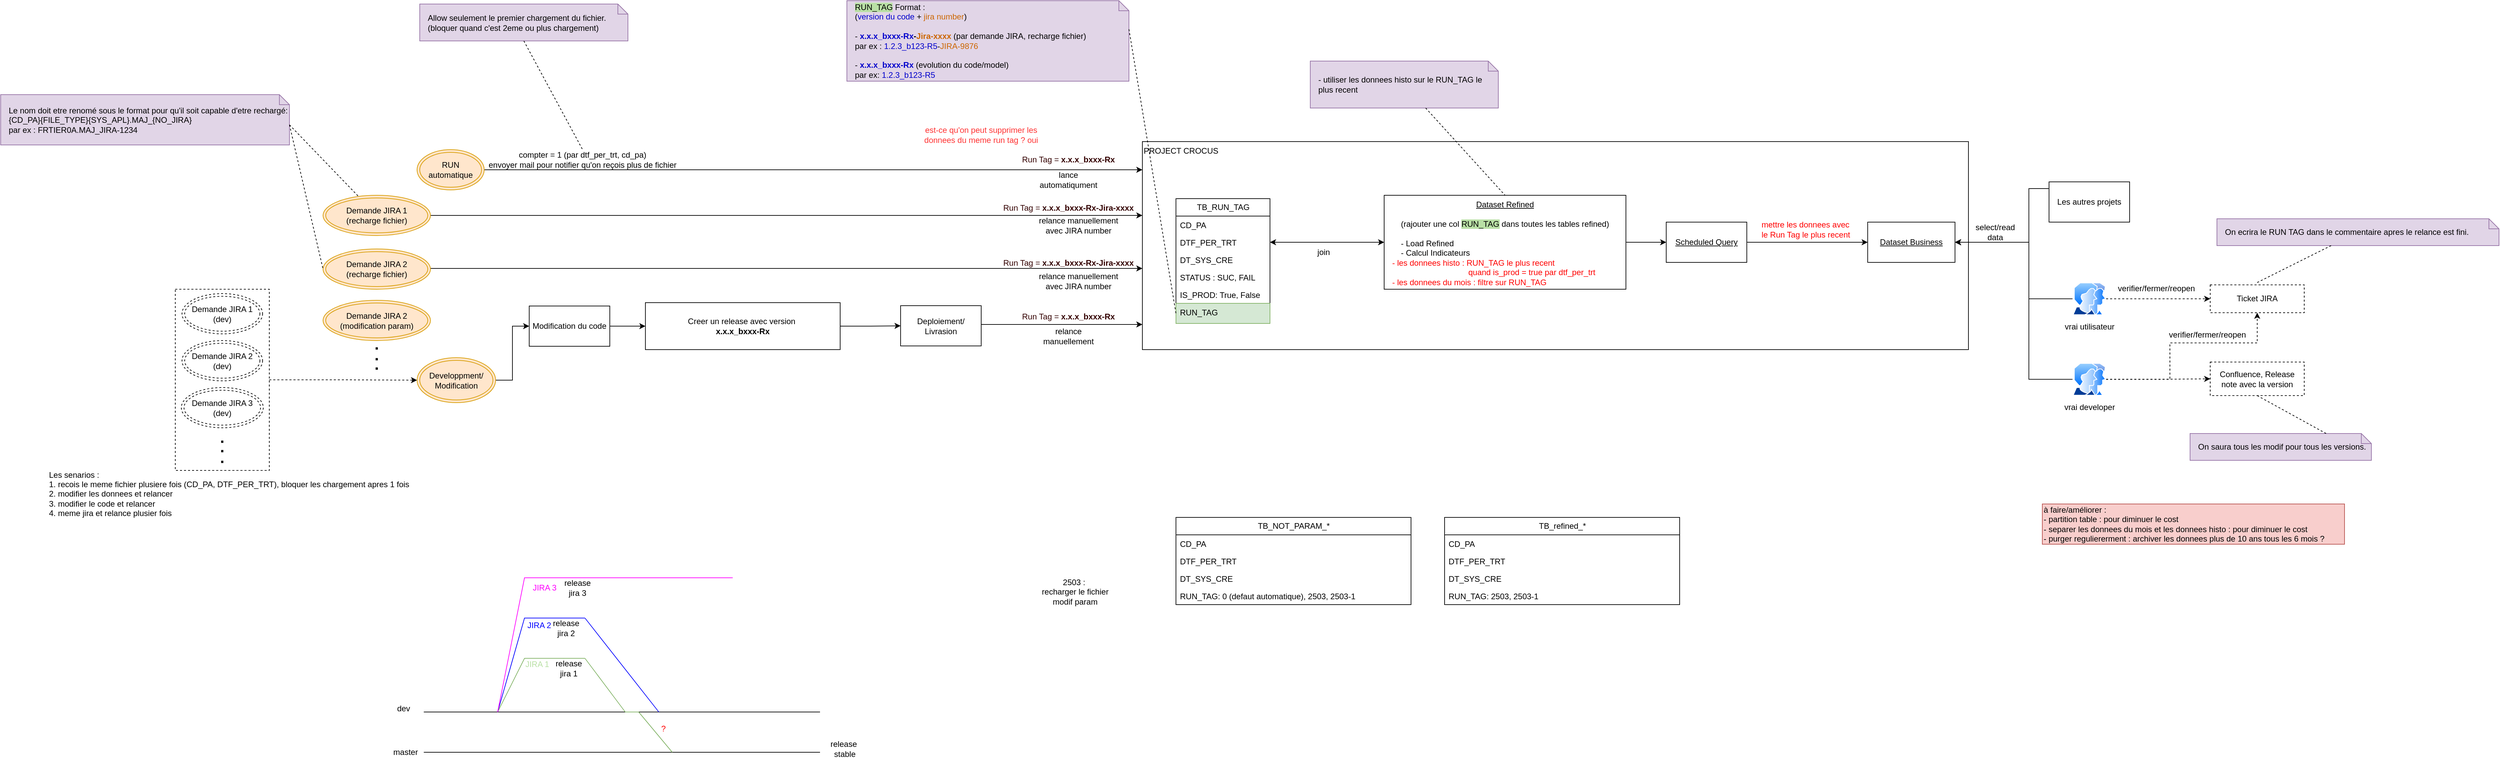
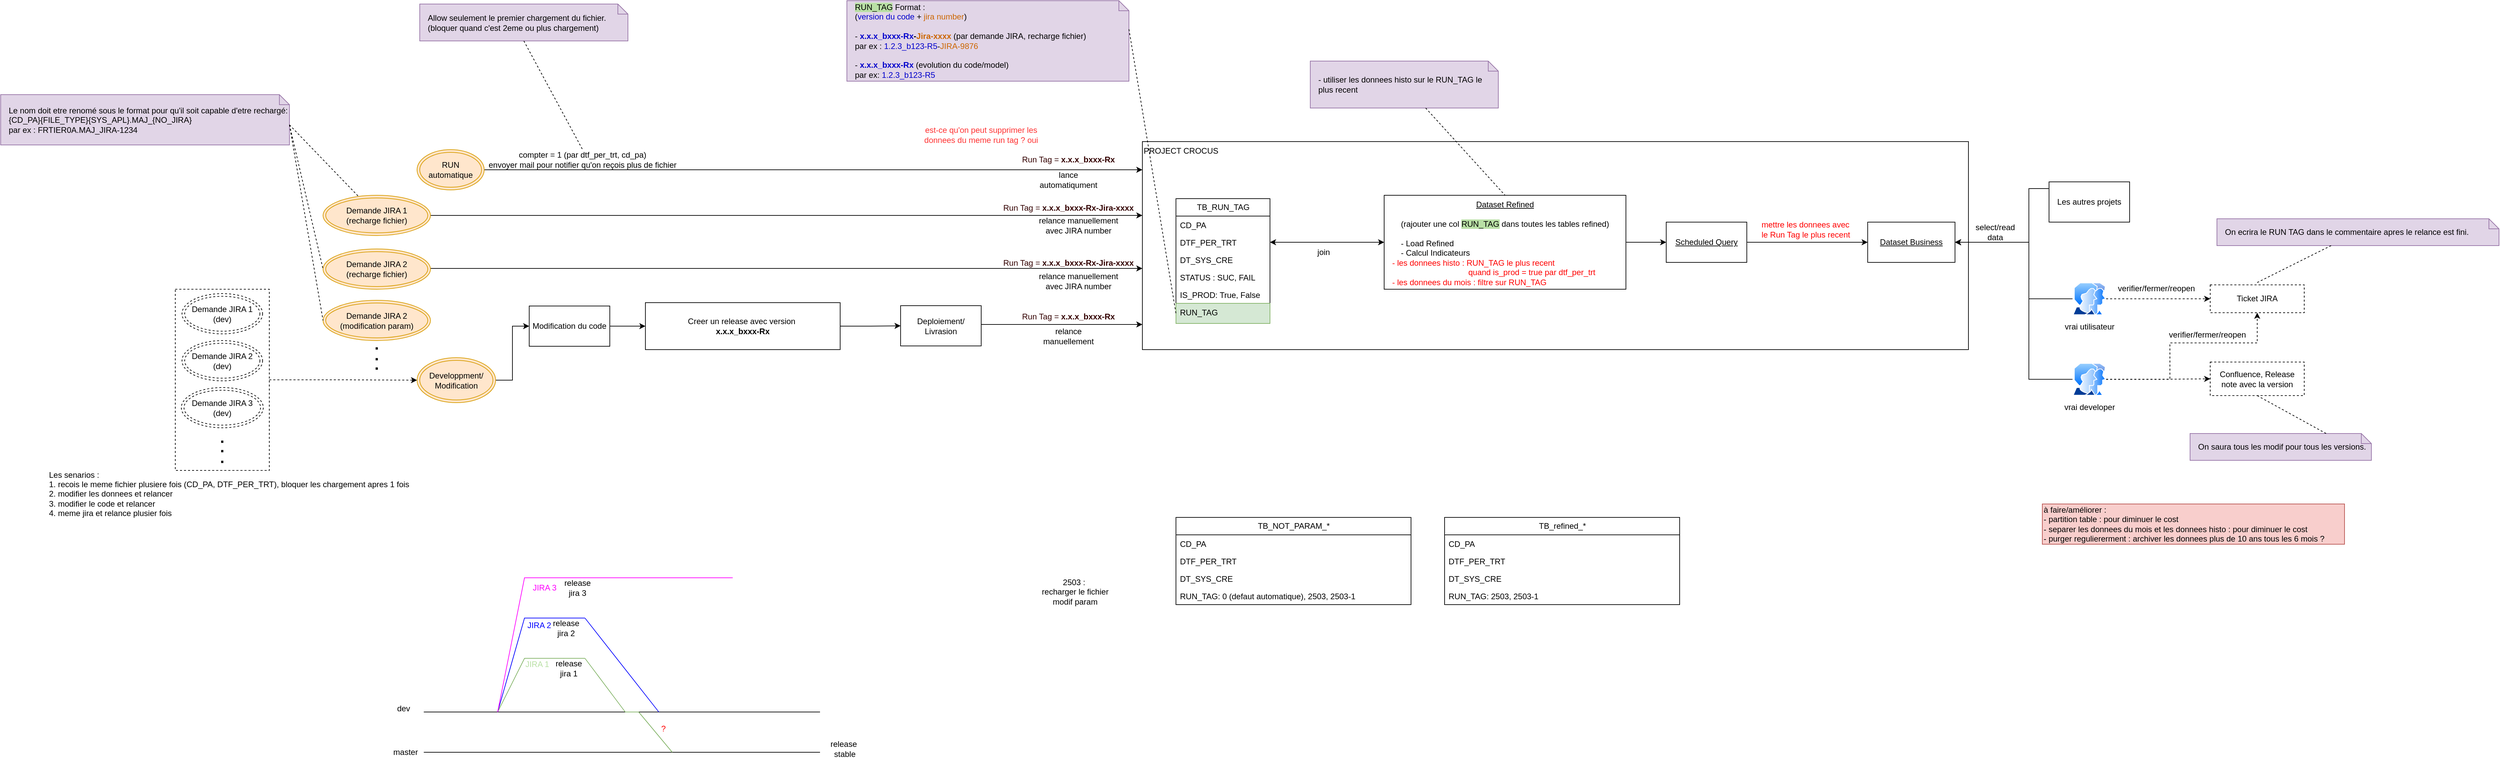
<mxfile host="app.diagrams.net">
  <diagram name="Page-1" id="bEAYSmEDHXBXhFzCy1HB">
-     <mxGraphModel dx="3409" dy="1833" grid="1" gridSize="10" guides="1" tooltips="1" connect="1" arrows="1" fold="1" page="1" pageScale="1" pageWidth="827" pageHeight="1169" math="0" shadow="0">
+     <mxGraphModel dx="3075" dy="1706" grid="1" gridSize="10" guides="1" tooltips="1" connect="1" arrows="1" fold="1" page="1" pageScale="1" pageWidth="827" pageHeight="1169" math="0" shadow="0">
      <root>
        <mxCell id="0" />
        <mxCell id="1" parent="0" />
        <mxCell id="cKu8MT6L8Fp_BZaxLZj7-22" edge="1" parent="1" source="cKu8MT6L8Fp_BZaxLZj7-16" style="edgeStyle=orthogonalEdgeStyle;rounded=0;orthogonalLoop=1;jettySize=auto;html=1;dashed=1;" target="QUzsFoNl6aFI_2ed8XXq-33">
          <mxGeometry relative="1" as="geometry">
            <Array as="points" />
            <mxPoint x="-937.4999999999995" y="465" as="sourcePoint" />
            <mxPoint x="-602.4999999999995" y="448" as="targetPoint" />
          </mxGeometry>
        </mxCell>
        <mxCell id="cKu8MT6L8Fp_BZaxLZj7-16" parent="1" style="rounded=0;whiteSpace=wrap;html=1;dashed=1;" value="" vertex="1">
          <mxGeometry height="270" width="140" x="-1070" y="330" as="geometry" />
        </mxCell>
        <mxCell id="QUzsFoNl6aFI_2ed8XXq-13" parent="1" style="rounded=0;whiteSpace=wrap;html=1;align=left;verticalAlign=top;" value="PROJECT CROCUS" vertex="1">
          <mxGeometry height="310" width="1230" x="370" y="110" as="geometry" />
        </mxCell>
        <mxCell id="QUzsFoNl6aFI_2ed8XXq-1" parent="1" style="swimlane;fontStyle=0;childLayout=stackLayout;horizontal=1;startSize=26;fillColor=none;horizontalStack=0;resizeParent=1;resizeParentMax=0;resizeLast=0;collapsible=1;marginBottom=0;html=1;" value="TB_RUN_TAG" vertex="1">
          <mxGeometry height="186" width="140" x="420" y="195" as="geometry" />
        </mxCell>
        <mxCell id="QUzsFoNl6aFI_2ed8XXq-2" parent="QUzsFoNl6aFI_2ed8XXq-1" style="text;strokeColor=none;fillColor=none;align=left;verticalAlign=top;spacingLeft=4;spacingRight=4;overflow=hidden;rotatable=0;points=[[0,0.5],[1,0.5]];portConstraint=eastwest;whiteSpace=wrap;html=1;" value="CD_PA" vertex="1">
          <mxGeometry height="26" width="140" y="26" as="geometry" />
        </mxCell>
        <mxCell id="QUzsFoNl6aFI_2ed8XXq-3" parent="QUzsFoNl6aFI_2ed8XXq-1" style="text;strokeColor=none;fillColor=none;align=left;verticalAlign=top;spacingLeft=4;spacingRight=4;overflow=hidden;rotatable=0;points=[[0,0.5],[1,0.5]];portConstraint=eastwest;whiteSpace=wrap;html=1;" value="DTF_PER_TRT" vertex="1">
          <mxGeometry height="26" width="140" y="52" as="geometry" />
        </mxCell>
        <mxCell id="QUzsFoNl6aFI_2ed8XXq-4" parent="QUzsFoNl6aFI_2ed8XXq-1" style="text;strokeColor=none;fillColor=none;align=left;verticalAlign=top;spacingLeft=4;spacingRight=4;overflow=hidden;rotatable=0;points=[[0,0.5],[1,0.5]];portConstraint=eastwest;whiteSpace=wrap;html=1;" value="DT_SYS_CRE" vertex="1">
          <mxGeometry height="26" width="140" y="78" as="geometry" />
        </mxCell>
        <mxCell id="QUzsFoNl6aFI_2ed8XXq-105" parent="QUzsFoNl6aFI_2ed8XXq-1" style="text;strokeColor=none;fillColor=none;align=left;verticalAlign=top;spacingLeft=4;spacingRight=4;overflow=hidden;rotatable=0;points=[[0,0.5],[1,0.5]];portConstraint=eastwest;whiteSpace=wrap;html=1;" value="STATUS : SUC, FAIL" vertex="1">
          <mxGeometry height="26" width="140" y="104" as="geometry" />
        </mxCell>
        <mxCell id="DOhsEIRQmGDwiVjTRz9E-7" parent="QUzsFoNl6aFI_2ed8XXq-1" style="text;strokeColor=none;fillColor=none;align=left;verticalAlign=top;spacingLeft=4;spacingRight=4;overflow=hidden;rotatable=0;points=[[0,0.5],[1,0.5]];portConstraint=eastwest;whiteSpace=wrap;html=1;" value="IS_PROD: True, False" vertex="1">
          <mxGeometry height="26" width="140" y="130" as="geometry" />
        </mxCell>
        <mxCell id="QUzsFoNl6aFI_2ed8XXq-5" parent="QUzsFoNl6aFI_2ed8XXq-1" style="text;strokeColor=#82b366;fillColor=#d5e8d4;align=left;verticalAlign=top;spacingLeft=4;spacingRight=4;overflow=hidden;rotatable=0;points=[[0,0.5],[1,0.5]];portConstraint=eastwest;whiteSpace=wrap;html=1;" value="RUN_TAG" vertex="1">
          <mxGeometry height="30" width="140" y="156" as="geometry" />
        </mxCell>
        <mxCell id="QUzsFoNl6aFI_2ed8XXq-7" parent="1" style="shape=note;size=15;align=left;spacingLeft=10;html=1;whiteSpace=wrap;fillColor=#e1d5e7;strokeColor=#9673a6;" value="&lt;span style=&quot;background-color: rgb(185, 224, 165);&quot;&gt;RUN_TAG&lt;/span&gt; Format :&amp;nbsp;&lt;div&gt;(&lt;font style=&quot;color: rgb(0, 0, 204);&quot;&gt;version du code&lt;/font&gt; +&lt;font style=&quot;color: rgb(204, 102, 0);&quot;&gt; &lt;font&gt;jira number&lt;/font&gt;&lt;/font&gt;)&lt;/div&gt;&lt;div&gt;&lt;br&gt;&lt;div&gt;- &lt;b&gt;&lt;font style=&quot;color: rgb(0, 0, 204);&quot;&gt;x.x.x_bxxx-Rx&lt;/font&gt;-&lt;font style=&quot;color: rgb(204, 102, 0);&quot;&gt;Jira-xxxx&lt;/font&gt;&lt;/b&gt; (par demande JIRA, recharge fichier)&amp;nbsp;&lt;/div&gt;&lt;div&gt;par ex : &lt;font style=&quot;color: rgb(0, 0, 204);&quot;&gt;1.2.3_b123-R5&lt;/font&gt;-&lt;font style=&quot;color: rgb(204, 102, 0);&quot;&gt;JIRA-9876&lt;/font&gt;&lt;/div&gt;&lt;div&gt;&lt;br&gt;&lt;/div&gt;&lt;div&gt;-&lt;b&gt; &lt;font style=&quot;color: rgb(0, 0, 204);&quot;&gt;x.x.x_bxxx-Rx&lt;/font&gt;&lt;/b&gt; (evolution du code/model)&lt;/div&gt;&lt;div&gt;&lt;span style=&quot;background-color: transparent; color: light-dark(rgb(0, 0, 0), rgb(255, 255, 255));&quot;&gt;par ex: &lt;/span&gt;&lt;span style=&quot;background-color: transparent;&quot;&gt;&lt;font style=&quot;color: light-dark(rgb(0, 0, 204), rgb(255, 255, 255));&quot;&gt;1.2.3_b123-R5&lt;/font&gt;&lt;/span&gt;&lt;/div&gt;&lt;/div&gt;" vertex="1">
          <mxGeometry height="120" width="420" x="-70" y="-100" as="geometry" />
        </mxCell>
        <mxCell id="QUzsFoNl6aFI_2ed8XXq-8" edge="1" parent="1" source="QUzsFoNl6aFI_2ed8XXq-7" style="edgeStyle=none;endArrow=none;exitX=0;exitY=0;dashed=1;html=1;rounded=0;entryX=0;entryY=0.5;entryDx=0;entryDy=0;exitDx=420;exitDy=42.5;exitPerimeter=0;" target="QUzsFoNl6aFI_2ed8XXq-5" value="">
          <mxGeometry relative="1" x="1" as="geometry">
            <mxPoint x="590" y="660" as="targetPoint" />
          </mxGeometry>
        </mxCell>
        <mxCell id="QUzsFoNl6aFI_2ed8XXq-10" parent="1" style="rounded=0;whiteSpace=wrap;html=1;dashed=1;" value="Confluence, Release note avec la v&lt;span style=&quot;background-color: transparent; color: light-dark(rgb(0, 0, 0), rgb(255, 255, 255));&quot;&gt;ersion&lt;/span&gt;" vertex="1">
          <mxGeometry height="50" width="140" x="1960" y="438.5" as="geometry" />
        </mxCell>
        <mxCell id="QUzsFoNl6aFI_2ed8XXq-11" parent="1" style="rounded=0;whiteSpace=wrap;html=1;dashed=1;" value="Ticket JIRA" vertex="1">
          <mxGeometry height="41.5" width="140" x="1960" y="323.5" as="geometry" />
        </mxCell>
        <mxCell id="QUzsFoNl6aFI_2ed8XXq-42" edge="1" parent="1" source="QUzsFoNl6aFI_2ed8XXq-12" style="edgeStyle=orthogonalEdgeStyle;rounded=0;orthogonalLoop=1;jettySize=auto;html=1;entryX=1;entryY=0.5;entryDx=0;entryDy=0;startArrow=classic;startFill=1;" target="QUzsFoNl6aFI_2ed8XXq-3">
          <mxGeometry relative="1" as="geometry" />
        </mxCell>
        <mxCell id="QUzsFoNl6aFI_2ed8XXq-50" edge="1" parent="1" source="QUzsFoNl6aFI_2ed8XXq-12" style="edgeStyle=orthogonalEdgeStyle;rounded=0;orthogonalLoop=1;jettySize=auto;html=1;" target="QUzsFoNl6aFI_2ed8XXq-46">
          <mxGeometry relative="1" as="geometry">
            <Array as="points" />
          </mxGeometry>
        </mxCell>
        <mxCell id="QUzsFoNl6aFI_2ed8XXq-12" parent="1" style="rounded=0;whiteSpace=wrap;html=1;verticalAlign=top;" value="&lt;u&gt;Dataset Refined&lt;/u&gt;&lt;div&gt;&lt;u&gt;&lt;br&gt;&lt;/u&gt;&lt;div&gt;(rajouter une col &lt;span style=&quot;background-color: rgb(185, 224, 165);&quot;&gt;RUN_TAG&lt;/span&gt;&lt;span&gt; &lt;/span&gt;dans toutes les tables refined)&lt;/div&gt;&lt;div&gt;&lt;br&gt;&lt;/div&gt;&lt;div style=&quot;text-align: left;&quot;&gt;- Load Refined&amp;nbsp; &amp;nbsp; &amp;nbsp; &amp;nbsp;&lt;/div&gt;&lt;div style=&quot;text-align: left;&quot;&gt;- Calcul Indicateurs&lt;/div&gt;&lt;/div&gt;" vertex="1">
          <mxGeometry height="140" width="360" x="730" y="190" as="geometry" />
        </mxCell>
        <mxCell id="QUzsFoNl6aFI_2ed8XXq-27" edge="1" parent="1" source="QUzsFoNl6aFI_2ed8XXq-33" style="edgeStyle=orthogonalEdgeStyle;rounded=0;orthogonalLoop=1;jettySize=auto;html=1;entryX=0;entryY=0.5;entryDx=0;entryDy=0;" target="QUzsFoNl6aFI_2ed8XXq-23">
          <mxGeometry relative="1" as="geometry">
            <mxPoint x="-740" y="281" as="sourcePoint" />
          </mxGeometry>
        </mxCell>
        <mxCell id="QUzsFoNl6aFI_2ed8XXq-19" parent="1" style="text;html=1;whiteSpace=wrap;strokeColor=none;fillColor=none;align=center;verticalAlign=middle;rounded=0;fontColor=#330000;" value="&lt;font style=&quot;&quot;&gt;Run Tag =&amp;nbsp;&lt;/font&gt;&lt;b style=&quot;text-align: left;&quot;&gt;x.x.x_bxxx-Rx-Jira-xxxx&lt;/b&gt;" vertex="1">
          <mxGeometry height="30" width="200" x="160" y="275.5" as="geometry" />
        </mxCell>
        <mxCell id="cKu8MT6L8Fp_BZaxLZj7-37" edge="1" parent="1" source="QUzsFoNl6aFI_2ed8XXq-23" style="edgeStyle=orthogonalEdgeStyle;rounded=0;orthogonalLoop=1;jettySize=auto;html=1;" target="QUzsFoNl6aFI_2ed8XXq-25">
          <mxGeometry relative="1" as="geometry" />
        </mxCell>
        <mxCell id="QUzsFoNl6aFI_2ed8XXq-23" parent="1" style="rounded=0;whiteSpace=wrap;html=1;" value="Modification du code" vertex="1">
          <mxGeometry height="60" width="120" x="-543" y="355" as="geometry" />
        </mxCell>
        <mxCell id="QUzsFoNl6aFI_2ed8XXq-31" edge="1" parent="1" source="QUzsFoNl6aFI_2ed8XXq-24" style="edgeStyle=orthogonalEdgeStyle;rounded=0;orthogonalLoop=1;jettySize=auto;html=1;">
          <mxGeometry relative="1" as="geometry">
            <Array as="points">
              <mxPoint x="180" y="382.5" />
              <mxPoint x="180" y="382.5" />
            </Array>
            <mxPoint x="370" y="382.5" as="targetPoint" />
          </mxGeometry>
        </mxCell>
        <mxCell id="QUzsFoNl6aFI_2ed8XXq-24" parent="1" style="rounded=0;whiteSpace=wrap;html=1;" value="Deploiement/ Livrasion" vertex="1">
          <mxGeometry height="60" width="120" x="10" y="354.5" as="geometry" />
        </mxCell>
        <mxCell id="cKu8MT6L8Fp_BZaxLZj7-38" edge="1" parent="1" source="QUzsFoNl6aFI_2ed8XXq-25" style="edgeStyle=orthogonalEdgeStyle;rounded=0;orthogonalLoop=1;jettySize=auto;html=1;" target="QUzsFoNl6aFI_2ed8XXq-24">
          <mxGeometry relative="1" as="geometry" />
        </mxCell>
        <mxCell id="QUzsFoNl6aFI_2ed8XXq-25" parent="1" style="rounded=0;whiteSpace=wrap;html=1;" value="Creer un release avec version&amp;nbsp;&lt;div&gt;&lt;span style=&quot;text-align: left;&quot;&gt;&lt;b&gt;x.x.x_bxxx-Rx&lt;/b&gt;&lt;/span&gt;&lt;/div&gt;" vertex="1">
          <mxGeometry height="70" width="290" x="-370" y="350" as="geometry" />
        </mxCell>
        <mxCell id="QUzsFoNl6aFI_2ed8XXq-33" parent="1" style="ellipse;shape=doubleEllipse;whiteSpace=wrap;html=1;fillColor=#ffe6cc;strokeColor=#d79b00;" value="Developpment/&lt;div&gt;Modification&lt;/div&gt;" vertex="1">
          <mxGeometry height="67" width="117" x="-710" y="432" as="geometry" />
        </mxCell>
        <mxCell id="cKu8MT6L8Fp_BZaxLZj7-5" edge="1" parent="1" style="edgeStyle=orthogonalEdgeStyle;rounded=0;orthogonalLoop=1;jettySize=auto;html=1;">
          <mxGeometry relative="1" as="geometry">
            <Array as="points">
              <mxPoint x="110" y="299" />
              <mxPoint x="110" y="299" />
            </Array>
            <mxPoint x="-690.0000000000005" y="299" as="sourcePoint" />
            <mxPoint x="370" y="299" as="targetPoint" />
          </mxGeometry>
        </mxCell>
        <mxCell id="QUzsFoNl6aFI_2ed8XXq-34" parent="1" style="ellipse;shape=doubleEllipse;whiteSpace=wrap;html=1;fillColor=#ffe6cc;strokeColor=#d79b00;" value="Demande JIRA 2&lt;div&gt;(recharge fichier)&lt;/div&gt;" vertex="1">
          <mxGeometry height="60" width="160" x="-850" y="270" as="geometry" />
        </mxCell>
        <mxCell id="QUzsFoNl6aFI_2ed8XXq-36" edge="1" parent="1" source="QUzsFoNl6aFI_2ed8XXq-35" style="edgeStyle=orthogonalEdgeStyle;rounded=0;orthogonalLoop=1;jettySize=auto;html=1;" target="QUzsFoNl6aFI_2ed8XXq-13">
          <mxGeometry relative="1" as="geometry">
            <Array as="points">
              <mxPoint x="140" y="152" />
              <mxPoint x="140" y="152" />
            </Array>
            <mxPoint x="380" y="152.0588235294117" as="targetPoint" />
          </mxGeometry>
        </mxCell>
        <mxCell id="QUzsFoNl6aFI_2ed8XXq-35" parent="1" style="ellipse;shape=doubleEllipse;whiteSpace=wrap;html=1;fillColor=#ffe6cc;strokeColor=#d79b00;" value="RUN automatique" vertex="1">
          <mxGeometry height="60" width="100" x="-710" y="122" as="geometry" />
        </mxCell>
        <mxCell id="QUzsFoNl6aFI_2ed8XXq-40" parent="1" style="shape=note;size=15;align=left;spacingLeft=10;html=1;whiteSpace=wrap;fillColor=#e1d5e7;strokeColor=#9673a6;" value="&lt;div&gt;- utiliser les donnees histo sur le RUN_TAG le plus recent&lt;/div&gt;" vertex="1">
          <mxGeometry height="70" width="280" x="620" y="-10" as="geometry" />
        </mxCell>
        <mxCell id="QUzsFoNl6aFI_2ed8XXq-41" edge="1" parent="1" source="QUzsFoNl6aFI_2ed8XXq-40" style="edgeStyle=none;endArrow=none;dashed=1;html=1;rounded=0;entryX=0.5;entryY=0;entryDx=0;entryDy=0;" target="QUzsFoNl6aFI_2ed8XXq-12" value="">
          <mxGeometry relative="1" x="1" as="geometry">
            <mxPoint x="720" y="650" as="sourcePoint" />
            <mxPoint x="772" y="500" as="targetPoint" />
          </mxGeometry>
        </mxCell>
        <mxCell id="QUzsFoNl6aFI_2ed8XXq-43" parent="1" style="text;html=1;whiteSpace=wrap;strokeColor=none;fillColor=none;align=left;verticalAlign=middle;rounded=0;" value="&lt;font style=&quot;color: rgb(255, 0, 0);&quot;&gt;- les donnees histo : RUN_TAG le plus recent&amp;nbsp;&lt;/font&gt;&lt;div&gt;&lt;font style=&quot;color: rgb(255, 0, 0);&quot;&gt;&amp;nbsp; &amp;nbsp; &amp;nbsp; &amp;nbsp; &amp;nbsp; &amp;nbsp; &amp;nbsp; &amp;nbsp; &amp;nbsp; &amp;nbsp; &amp;nbsp; &amp;nbsp; &amp;nbsp; &amp;nbsp; &amp;nbsp; &amp;nbsp; &amp;nbsp; quand is_prod = true par dtf_per_trt&lt;/font&gt;&lt;div&gt;&lt;font style=&quot;color: rgb(255, 0, 0);&quot;&gt;- les donnees du mois : f&lt;/font&gt;&lt;span style=&quot;color: light-dark(rgb(255, 0, 0), rgb(255, 144, 144)); background-color: transparent;&quot;&gt;iltre sur RUN_TAG&lt;/span&gt;&lt;/div&gt;&lt;/div&gt;" vertex="1">
          <mxGeometry height="30" width="370" x="740" y="290" as="geometry" />
        </mxCell>
        <mxCell id="QUzsFoNl6aFI_2ed8XXq-45" parent="1" style="rounded=0;whiteSpace=wrap;html=1;" value="&lt;u&gt;Dataset Business&lt;/u&gt;" vertex="1">
          <mxGeometry height="60" width="130" x="1450" y="230" as="geometry" />
        </mxCell>
        <mxCell id="QUzsFoNl6aFI_2ed8XXq-48" edge="1" parent="1" source="QUzsFoNl6aFI_2ed8XXq-46" style="edgeStyle=orthogonalEdgeStyle;rounded=0;orthogonalLoop=1;jettySize=auto;html=1;" target="QUzsFoNl6aFI_2ed8XXq-45">
          <mxGeometry relative="1" as="geometry" />
        </mxCell>
        <mxCell id="QUzsFoNl6aFI_2ed8XXq-46" parent="1" style="rounded=0;whiteSpace=wrap;html=1;" value="&lt;u&gt;Scheduled Query&lt;/u&gt;" vertex="1">
          <mxGeometry height="60" width="120" x="1150" y="230" as="geometry" />
        </mxCell>
        <mxCell id="QUzsFoNl6aFI_2ed8XXq-51" parent="1" style="text;html=1;whiteSpace=wrap;strokeColor=none;fillColor=none;align=left;verticalAlign=middle;rounded=0;fontColor=#FF0000;" value="mettre les donnees avec le Run Tag le plus recent" vertex="1">
          <mxGeometry height="30" width="140" x="1290" y="226" as="geometry" />
        </mxCell>
        <mxCell id="QUzsFoNl6aFI_2ed8XXq-59" edge="1" parent="1" source="QUzsFoNl6aFI_2ed8XXq-52" style="edgeStyle=orthogonalEdgeStyle;rounded=0;orthogonalLoop=1;jettySize=auto;html=1;entryX=1;entryY=0.5;entryDx=0;entryDy=0;" target="QUzsFoNl6aFI_2ed8XXq-45">
          <mxGeometry relative="1" as="geometry">
            <Array as="points">
              <mxPoint x="1690" y="180" />
              <mxPoint x="1690" y="260" />
            </Array>
          </mxGeometry>
        </mxCell>
        <mxCell id="QUzsFoNl6aFI_2ed8XXq-52" parent="1" style="rounded=0;whiteSpace=wrap;html=1;" value="Les autres projets" vertex="1">
          <mxGeometry height="60" width="120" x="1720" y="170" as="geometry" />
        </mxCell>
        <mxCell id="QUzsFoNl6aFI_2ed8XXq-58" edge="1" parent="1" source="QUzsFoNl6aFI_2ed8XXq-57" style="edgeStyle=orthogonalEdgeStyle;rounded=0;orthogonalLoop=1;jettySize=auto;html=1;entryX=1;entryY=0.5;entryDx=0;entryDy=0;" target="QUzsFoNl6aFI_2ed8XXq-45">
          <mxGeometry relative="1" as="geometry">
            <Array as="points">
              <mxPoint x="1690" y="344" />
              <mxPoint x="1690" y="260" />
            </Array>
          </mxGeometry>
        </mxCell>
        <mxCell id="QUzsFoNl6aFI_2ed8XXq-65" edge="1" parent="1" source="QUzsFoNl6aFI_2ed8XXq-57" style="edgeStyle=orthogonalEdgeStyle;rounded=0;orthogonalLoop=1;jettySize=auto;html=1;dashed=1;" target="QUzsFoNl6aFI_2ed8XXq-11">
          <mxGeometry relative="1" as="geometry" />
        </mxCell>
        <mxCell id="QUzsFoNl6aFI_2ed8XXq-57" parent="1" style="image;aspect=fixed;perimeter=ellipsePerimeter;html=1;align=center;shadow=0;dashed=0;spacingTop=3;image=img/lib/active_directory/user_accounts.svg;" value="vrai utilisateur" vertex="1">
          <mxGeometry height="48.5" width="50" x="1755" y="320" as="geometry" />
        </mxCell>
        <mxCell id="QUzsFoNl6aFI_2ed8XXq-60" parent="1" style="text;html=1;whiteSpace=wrap;strokeColor=none;fillColor=none;align=center;verticalAlign=middle;rounded=0;" value="select/read data" vertex="1">
          <mxGeometry height="30" width="60" x="1610" y="230" as="geometry" />
        </mxCell>
        <mxCell id="QUzsFoNl6aFI_2ed8XXq-63" edge="1" parent="1" source="QUzsFoNl6aFI_2ed8XXq-62" style="edgeStyle=orthogonalEdgeStyle;rounded=0;orthogonalLoop=1;jettySize=auto;html=1;entryX=1;entryY=0.5;entryDx=0;entryDy=0;" target="QUzsFoNl6aFI_2ed8XXq-45">
          <mxGeometry relative="1" as="geometry">
            <Array as="points">
              <mxPoint x="1690" y="464" />
              <mxPoint x="1690" y="260" />
            </Array>
          </mxGeometry>
        </mxCell>
        <mxCell id="QUzsFoNl6aFI_2ed8XXq-66" edge="1" parent="1" source="QUzsFoNl6aFI_2ed8XXq-62" style="edgeStyle=orthogonalEdgeStyle;rounded=0;orthogonalLoop=1;jettySize=auto;html=1;dashed=1;" target="QUzsFoNl6aFI_2ed8XXq-10">
          <mxGeometry relative="1" as="geometry" />
        </mxCell>
        <mxCell id="QUzsFoNl6aFI_2ed8XXq-68" edge="1" parent="1" source="QUzsFoNl6aFI_2ed8XXq-62" style="edgeStyle=orthogonalEdgeStyle;rounded=0;orthogonalLoop=1;jettySize=auto;html=1;entryX=0.5;entryY=1;entryDx=0;entryDy=0;dashed=1;" target="QUzsFoNl6aFI_2ed8XXq-11">
          <mxGeometry relative="1" as="geometry">
            <Array as="points">
              <mxPoint x="1900" y="464" />
              <mxPoint x="1900" y="410" />
              <mxPoint x="2030" y="410" />
            </Array>
          </mxGeometry>
        </mxCell>
        <mxCell id="QUzsFoNl6aFI_2ed8XXq-62" parent="1" style="image;aspect=fixed;perimeter=ellipsePerimeter;html=1;align=center;shadow=0;dashed=0;spacingTop=3;image=img/lib/active_directory/user_accounts.svg;" value="vrai developer" vertex="1">
          <mxGeometry height="48.5" width="50" x="1755" y="440" as="geometry" />
        </mxCell>
        <mxCell id="QUzsFoNl6aFI_2ed8XXq-69" parent="1" style="shape=note;size=15;align=left;spacingLeft=10;html=1;whiteSpace=wrap;fillColor=#e1d5e7;strokeColor=#9673a6;" value="On ecrira le RUN TAG dans le commentaire apres le relance est fini." vertex="1">
          <mxGeometry height="40" width="420" x="1970" y="225" as="geometry" />
        </mxCell>
        <mxCell id="QUzsFoNl6aFI_2ed8XXq-70" edge="1" parent="1" source="QUzsFoNl6aFI_2ed8XXq-69" style="edgeStyle=none;endArrow=none;dashed=1;html=1;rounded=0;" value="">
          <mxGeometry relative="1" x="1" as="geometry">
            <mxPoint x="970" y="210" as="sourcePoint" />
            <mxPoint x="2030" y="320" as="targetPoint" />
          </mxGeometry>
        </mxCell>
        <mxCell id="QUzsFoNl6aFI_2ed8XXq-71" parent="1" style="shape=note;size=15;align=left;spacingLeft=10;html=1;whiteSpace=wrap;fillColor=#e1d5e7;strokeColor=#9673a6;" value="On saura tous les modif pour tous les versions." vertex="1">
          <mxGeometry height="40" width="270" x="1930" y="545" as="geometry" />
        </mxCell>
        <mxCell id="QUzsFoNl6aFI_2ed8XXq-72" edge="1" parent="1" source="QUzsFoNl6aFI_2ed8XXq-71" style="edgeStyle=none;endArrow=none;dashed=1;html=1;rounded=0;entryX=0.5;entryY=1;entryDx=0;entryDy=0;exitX=0;exitY=0;exitDx=202.5;exitDy=0;exitPerimeter=0;" target="QUzsFoNl6aFI_2ed8XXq-10" value="">
          <mxGeometry relative="1" x="1" as="geometry">
            <mxPoint x="2180" y="470" as="sourcePoint" />
            <mxPoint x="2070" y="525" as="targetPoint" />
          </mxGeometry>
        </mxCell>
        <mxCell id="QUzsFoNl6aFI_2ed8XXq-74" parent="1" style="rounded=0;whiteSpace=wrap;html=1;align=left;fillColor=#f8cecc;strokeColor=#b85450;" value="à faire/améliorer :&lt;div&gt;- partition table : pour diminuer le cost&lt;/div&gt;&lt;div&gt;- separer les donnees du mois et les donnees histo&amp;nbsp;&lt;span style=&quot;background-color: transparent; color: light-dark(rgb(0, 0, 0), rgb(255, 255, 255));&quot;&gt;: pour diminuer le cost&lt;/span&gt;&lt;/div&gt;&lt;div&gt;&lt;span style=&quot;background-color: transparent; color: light-dark(rgb(0, 0, 0), rgb(255, 255, 255));&quot;&gt;- purger reguliererment : archiver les donnees plus de 10 ans tous les 6 mois ?&lt;/span&gt;&lt;/div&gt;" vertex="1">
          <mxGeometry height="60" width="450" x="1710" y="650" as="geometry" />
        </mxCell>
        <mxCell id="QUzsFoNl6aFI_2ed8XXq-76" parent="1" style="text;html=1;whiteSpace=wrap;strokeColor=none;fillColor=none;align=center;verticalAlign=middle;rounded=0;" value="join" vertex="1">
          <mxGeometry height="30" width="60" x="610" y="260" as="geometry" />
        </mxCell>
        <mxCell id="QUzsFoNl6aFI_2ed8XXq-81" edge="1" parent="1" style="endArrow=none;html=1;rounded=0;" value="">
          <mxGeometry height="50" relative="1" width="50" as="geometry">
            <mxPoint x="-700" y="960" as="sourcePoint" />
            <mxPoint x="-110" y="960" as="targetPoint" />
          </mxGeometry>
        </mxCell>
        <mxCell id="QUzsFoNl6aFI_2ed8XXq-83" edge="1" parent="1" style="endArrow=none;html=1;rounded=0;fillColor=#d5e8d4;strokeColor=#82b366;" value="">
          <mxGeometry height="50" relative="1" width="50" as="geometry">
            <Array as="points">
              <mxPoint x="-550" y="880" />
            </Array>
            <mxPoint x="-590" y="960" as="sourcePoint" />
            <mxPoint x="-460" y="880" as="targetPoint" />
          </mxGeometry>
        </mxCell>
        <mxCell id="QUzsFoNl6aFI_2ed8XXq-84" parent="1" style="text;html=1;whiteSpace=wrap;strokeColor=none;fillColor=none;align=center;verticalAlign=middle;rounded=0;" value="dev" vertex="1">
          <mxGeometry height="30" width="60" x="-760" y="940" as="geometry" />
        </mxCell>
        <mxCell id="QUzsFoNl6aFI_2ed8XXq-85" edge="1" parent="1" style="endArrow=none;html=1;rounded=0;strokeColor=#0000FF;" value="">
          <mxGeometry height="50" relative="1" width="50" as="geometry">
            <Array as="points">
              <mxPoint x="-550" y="820" />
            </Array>
            <mxPoint x="-590" y="960" as="sourcePoint" />
            <mxPoint x="-460" y="820" as="targetPoint" />
          </mxGeometry>
        </mxCell>
        <mxCell id="QUzsFoNl6aFI_2ed8XXq-86" edge="1" parent="1" style="endArrow=none;html=1;rounded=0;strokeColor=#FF00FF;" value="">
          <mxGeometry height="50" relative="1" width="50" as="geometry">
            <Array as="points">
              <mxPoint x="-550" y="760" />
            </Array>
            <mxPoint x="-590" y="960" as="sourcePoint" />
            <mxPoint x="-240" y="760" as="targetPoint" />
          </mxGeometry>
        </mxCell>
        <mxCell id="QUzsFoNl6aFI_2ed8XXq-87" parent="1" style="text;html=1;whiteSpace=wrap;strokeColor=none;fillColor=none;align=center;verticalAlign=middle;rounded=0;fontColor=#B9E0A5;" value="JIRA 1" vertex="1">
          <mxGeometry height="30" width="60" x="-561" y="874" as="geometry" />
        </mxCell>
        <mxCell id="QUzsFoNl6aFI_2ed8XXq-88" parent="1" style="text;html=1;whiteSpace=wrap;strokeColor=none;fillColor=none;align=center;verticalAlign=middle;rounded=0;fontColor=#0000FF;" value="JIRA 2" vertex="1">
          <mxGeometry height="30" width="60" x="-558" y="816" as="geometry" />
        </mxCell>
        <mxCell id="QUzsFoNl6aFI_2ed8XXq-89" parent="1" style="text;html=1;whiteSpace=wrap;strokeColor=none;fillColor=none;align=center;verticalAlign=middle;rounded=0;fontColor=#FF00FF;" value="JIRA 3" vertex="1">
          <mxGeometry height="30" width="60" x="-550" y="760" as="geometry" />
        </mxCell>
        <mxCell id="QUzsFoNl6aFI_2ed8XXq-90" edge="1" parent="1" style="endArrow=none;html=1;rounded=0;" value="">
          <mxGeometry height="50" relative="1" width="50" as="geometry">
            <mxPoint x="-700" y="1020" as="sourcePoint" />
            <mxPoint x="-110" y="1020" as="targetPoint" />
          </mxGeometry>
        </mxCell>
        <mxCell id="QUzsFoNl6aFI_2ed8XXq-91" parent="1" style="text;html=1;whiteSpace=wrap;strokeColor=none;fillColor=none;align=center;verticalAlign=middle;rounded=0;" value="master" vertex="1">
          <mxGeometry height="30" width="60" x="-757" y="1005" as="geometry" />
        </mxCell>
        <mxCell id="QUzsFoNl6aFI_2ed8XXq-92" edge="1" parent="1" style="endArrow=none;html=1;rounded=0;fillColor=#d5e8d4;strokeColor=#82b366;" value="">
          <mxGeometry height="50" relative="1" width="50" as="geometry">
            <mxPoint x="-460" y="880" as="sourcePoint" />
            <mxPoint x="-400" y="960" as="targetPoint" />
          </mxGeometry>
        </mxCell>
        <mxCell id="QUzsFoNl6aFI_2ed8XXq-94" edge="1" parent="1" style="endArrow=none;html=1;rounded=0;strokeColor=#0000FF;" value="">
          <mxGeometry height="50" relative="1" width="50" as="geometry">
            <mxPoint x="-460" y="820" as="sourcePoint" />
            <mxPoint x="-350" y="960" as="targetPoint" />
          </mxGeometry>
        </mxCell>
        <mxCell id="QUzsFoNl6aFI_2ed8XXq-95" edge="1" parent="1" style="endArrow=none;html=1;rounded=0;fillColor=#d5e8d4;strokeColor=#82b366;" value="">
          <mxGeometry height="50" relative="1" width="50" as="geometry">
            <mxPoint x="-380" y="960" as="sourcePoint" />
            <mxPoint x="-330" y="1020" as="targetPoint" />
          </mxGeometry>
        </mxCell>
        <mxCell id="QUzsFoNl6aFI_2ed8XXq-96" edge="1" parent="1" style="endArrow=none;html=1;rounded=0;fillColor=#d5e8d4;strokeColor=#82b366;" value="">
          <mxGeometry height="50" relative="1" width="50" as="geometry">
            <mxPoint x="-400" y="960" as="sourcePoint" />
            <mxPoint x="-380" y="960" as="targetPoint" />
          </mxGeometry>
        </mxCell>
        <mxCell id="QUzsFoNl6aFI_2ed8XXq-98" parent="1" style="text;html=1;whiteSpace=wrap;strokeColor=none;fillColor=none;align=center;verticalAlign=middle;rounded=0;" value="release jira 2" vertex="1">
          <mxGeometry height="30" width="60" x="-518" y="820" as="geometry" />
        </mxCell>
        <mxCell id="QUzsFoNl6aFI_2ed8XXq-99" parent="1" style="text;html=1;whiteSpace=wrap;strokeColor=none;fillColor=none;align=center;verticalAlign=middle;rounded=0;" value="release jira 1" vertex="1">
          <mxGeometry height="30" width="60" x="-514" y="880" as="geometry" />
        </mxCell>
        <mxCell id="QUzsFoNl6aFI_2ed8XXq-100" parent="1" style="text;html=1;whiteSpace=wrap;strokeColor=none;fillColor=none;align=center;verticalAlign=middle;rounded=0;" value="release jira 3" vertex="1">
          <mxGeometry height="30" width="60" x="-501" y="760" as="geometry" />
        </mxCell>
        <mxCell id="QUzsFoNl6aFI_2ed8XXq-101" parent="1" style="text;html=1;whiteSpace=wrap;strokeColor=none;fillColor=none;align=center;verticalAlign=middle;rounded=0;" value="release&amp;nbsp; stable" vertex="1">
          <mxGeometry height="30" width="60" x="-103" y="1000" as="geometry" />
        </mxCell>
        <mxCell id="QUzsFoNl6aFI_2ed8XXq-103" parent="1" style="text;html=1;whiteSpace=wrap;strokeColor=none;fillColor=none;align=center;verticalAlign=middle;rounded=0;fontColor=#FF0000;" value="?" vertex="1">
          <mxGeometry height="30" width="60" x="-373" y="970" as="geometry" />
        </mxCell>
        <mxCell id="QUzsFoNl6aFI_2ed8XXq-104" parent="1" style="text;html=1;whiteSpace=wrap;strokeColor=none;fillColor=none;align=center;verticalAlign=middle;rounded=0;" value="compter = 1 (par dtf_per_trt, cd_pa)&lt;div&gt;envoyer mail pour notifier qu&#39;on reçois plus de fichier&lt;/div&gt;" vertex="1">
          <mxGeometry height="30" width="293" x="-610" y="122" as="geometry" />
        </mxCell>
        <mxCell id="QUzsFoNl6aFI_2ed8XXq-106" parent="1" style="text;html=1;whiteSpace=wrap;strokeColor=none;fillColor=none;align=left;verticalAlign=middle;rounded=0;" value="&lt;div&gt;Les senarios :&lt;/div&gt;1. recois le meme fichier plusiere fois (CD_PA, DTF_PER_TRT), bloquer les chargement apres 1 fois&lt;div&gt;2. modifier les donnees et relancer&lt;/div&gt;&lt;div&gt;3. modifier le code et relancer&lt;/div&gt;&lt;div&gt;4.&amp;nbsp;&lt;span style=&quot;text-align: center; background-color: transparent; color: light-dark(rgb(0, 0, 0), rgb(255, 255, 255));&quot;&gt;meme jira et relance plusier fois&lt;/span&gt;&lt;/div&gt;" vertex="1">
          <mxGeometry height="30" width="600" x="-1260" y="620" as="geometry" />
        </mxCell>
        <mxCell id="cKu8MT6L8Fp_BZaxLZj7-1" parent="1" style="shape=note;size=15;align=left;spacingLeft=10;html=1;whiteSpace=wrap;fillColor=#e1d5e7;strokeColor=#9673a6;labelBackgroundColor=none;" value="&lt;span style=&quot;&quot;&gt;Allow seulement le premier chargement du fichier.&lt;br&gt;(bloquer quand c&#39;est 2eme ou plus chargement)&lt;/span&gt;" vertex="1">
          <mxGeometry height="55" width="310" x="-706" y="-95" as="geometry" />
        </mxCell>
        <mxCell id="cKu8MT6L8Fp_BZaxLZj7-2" edge="1" parent="1" source="cKu8MT6L8Fp_BZaxLZj7-1" style="edgeStyle=none;endArrow=none;exitX=0.5;exitY=1;dashed=1;html=1;rounded=0;entryX=0.5;entryY=0;entryDx=0;entryDy=0;exitDx=0;exitDy=0;exitPerimeter=0;" target="QUzsFoNl6aFI_2ed8XXq-104" value="">
          <mxGeometry relative="1" x="1" as="geometry">
            <mxPoint x="590" y="300" as="sourcePoint" />
            <mxPoint x="680" y="507" as="targetPoint" />
          </mxGeometry>
        </mxCell>
        <mxCell id="cKu8MT6L8Fp_BZaxLZj7-3" parent="1" style="ellipse;shape=doubleEllipse;whiteSpace=wrap;html=1;dashed=1;" value="Demande JIRA 1&lt;div&gt;(dev)&lt;/div&gt;" vertex="1">
          <mxGeometry height="60" width="120" x="-1060" y="336.5" as="geometry" />
        </mxCell>
        <mxCell id="cKu8MT6L8Fp_BZaxLZj7-7" parent="1" style="text;html=1;whiteSpace=wrap;strokeColor=none;fillColor=none;align=center;verticalAlign=middle;rounded=0;fontColor=#330000;" value="&lt;font style=&quot;&quot;&gt;Run Tag =&amp;nbsp;&lt;b style=&quot;text-align: left;&quot;&gt;x.x.x_bxxx-Rx&lt;/b&gt;&lt;/font&gt;" vertex="1">
          <mxGeometry height="30" width="200" x="160" y="122" as="geometry" />
        </mxCell>
        <mxCell id="cKu8MT6L8Fp_BZaxLZj7-11" parent="1" style="shape=note;size=15;align=left;spacingLeft=10;html=1;whiteSpace=wrap;fillColor=#e1d5e7;strokeColor=#9673a6;labelBackgroundColor=none;" value="&lt;span style=&quot;&quot;&gt;Le nom doit etre renomé sous le format pour qu&#39;il soit capable d&#39;etre rechargé:&lt;br&gt;{CD_PA}{FILE_TYPE}{SYS_APL}.MAJ_{NO_JIRA}&lt;/span&gt;&lt;div&gt;&lt;span style=&quot;&quot;&gt;par ex : FRTIER0A.MAJ_JIRA-1234&lt;/span&gt;&lt;/div&gt;" vertex="1">
          <mxGeometry height="75" width="430" x="-1330" y="40" as="geometry" />
        </mxCell>
        <mxCell id="cKu8MT6L8Fp_BZaxLZj7-14" parent="1" style="ellipse;shape=doubleEllipse;whiteSpace=wrap;html=1;dashed=1;" value="Demande JIRA 2&lt;div&gt;(dev)&lt;/div&gt;" vertex="1">
          <mxGeometry height="60" width="120" x="-1060" y="406.5" as="geometry" />
        </mxCell>
        <mxCell id="cKu8MT6L8Fp_BZaxLZj7-15" parent="1" style="ellipse;shape=doubleEllipse;whiteSpace=wrap;html=1;dashed=1;" value="Demande JIRA 3&lt;div&gt;(dev)&lt;/div&gt;" vertex="1">
          <mxGeometry height="60" width="122" x="-1061" y="476.5" as="geometry" />
        </mxCell>
        <mxCell id="cKu8MT6L8Fp_BZaxLZj7-19" parent="1" style="text;html=1;whiteSpace=wrap;strokeColor=none;fillColor=none;align=center;verticalAlign=middle;rounded=0;fontSize=23;fontStyle=1" value="." vertex="1">
          <mxGeometry height="30" width="60" x="-1030" y="536.25" as="geometry" />
        </mxCell>
        <mxCell id="cKu8MT6L8Fp_BZaxLZj7-20" parent="1" style="text;html=1;whiteSpace=wrap;strokeColor=none;fillColor=none;align=center;verticalAlign=middle;rounded=0;fontSize=23;fontStyle=1" value="." vertex="1">
          <mxGeometry height="30" width="60" x="-1030" y="550" as="geometry" />
        </mxCell>
        <mxCell id="cKu8MT6L8Fp_BZaxLZj7-21" parent="1" style="text;html=1;whiteSpace=wrap;strokeColor=none;fillColor=none;align=center;verticalAlign=middle;rounded=0;fontSize=23;fontStyle=1" value="." vertex="1">
          <mxGeometry height="30" width="60" x="-1030" y="566.25" as="geometry" />
        </mxCell>
        <mxCell id="cKu8MT6L8Fp_BZaxLZj7-24" edge="1" parent="1" source="cKu8MT6L8Fp_BZaxLZj7-23" style="edgeStyle=orthogonalEdgeStyle;rounded=0;orthogonalLoop=1;jettySize=auto;html=1;" target="QUzsFoNl6aFI_2ed8XXq-13">
          <mxGeometry relative="1" as="geometry">
            <Array as="points">
              <mxPoint x="120" y="220" />
              <mxPoint x="120" y="220" />
            </Array>
          </mxGeometry>
        </mxCell>
        <mxCell id="cKu8MT6L8Fp_BZaxLZj7-23" parent="1" style="ellipse;shape=doubleEllipse;whiteSpace=wrap;html=1;fillColor=#ffe6cc;strokeColor=#d79b00;" value="Demande JIRA 1&lt;div&gt;(recharge fichier)&lt;/div&gt;" vertex="1">
          <mxGeometry height="60" width="160" x="-850" y="190" as="geometry" />
        </mxCell>
        <mxCell id="cKu8MT6L8Fp_BZaxLZj7-25" edge="1" parent="1" source="cKu8MT6L8Fp_BZaxLZj7-11" style="edgeStyle=none;endArrow=none;exitX=0;exitY=0;dashed=1;html=1;rounded=0;exitDx=430;exitDy=45;exitPerimeter=0;" target="cKu8MT6L8Fp_BZaxLZj7-23" value="">
          <mxGeometry relative="1" x="1" as="geometry">
            <mxPoint x="-520" y="10" as="sourcePoint" />
            <mxPoint x="-490" y="150" as="targetPoint" />
          </mxGeometry>
        </mxCell>
        <mxCell id="cKu8MT6L8Fp_BZaxLZj7-26" edge="1" parent="1" source="cKu8MT6L8Fp_BZaxLZj7-11" style="edgeStyle=none;endArrow=none;exitX=0;exitY=0;dashed=1;html=1;rounded=0;exitDx=430;exitDy=45;exitPerimeter=0;entryX=0;entryY=0.5;entryDx=0;entryDy=0;" target="QUzsFoNl6aFI_2ed8XXq-34" value="">
          <mxGeometry relative="1" x="1" as="geometry">
            <mxPoint x="-900" y="200" as="sourcePoint" />
            <mxPoint x="-801" y="244" as="targetPoint" />
          </mxGeometry>
        </mxCell>
        <mxCell id="cKu8MT6L8Fp_BZaxLZj7-27" parent="1" style="text;html=1;whiteSpace=wrap;strokeColor=none;fillColor=none;align=center;verticalAlign=middle;rounded=0;fontSize=23;fontStyle=1" value="." vertex="1">
          <mxGeometry height="30" width="60" x="-800" y="426.5" as="geometry" />
        </mxCell>
        <mxCell id="cKu8MT6L8Fp_BZaxLZj7-28" parent="1" style="text;html=1;whiteSpace=wrap;strokeColor=none;fillColor=none;align=center;verticalAlign=middle;rounded=0;fontSize=23;fontStyle=1" value="." vertex="1">
          <mxGeometry height="30" width="60" x="-800" y="413" as="geometry" />
        </mxCell>
        <mxCell id="cKu8MT6L8Fp_BZaxLZj7-29" parent="1" style="text;html=1;whiteSpace=wrap;strokeColor=none;fillColor=none;align=center;verticalAlign=middle;rounded=0;fontSize=23;fontStyle=1" value="." vertex="1">
          <mxGeometry height="30" width="60" x="-800" y="396.5" as="geometry" />
        </mxCell>
        <mxCell id="cKu8MT6L8Fp_BZaxLZj7-31" parent="1" style="text;html=1;whiteSpace=wrap;strokeColor=none;fillColor=none;align=center;verticalAlign=middle;rounded=0;fontColor=#330000;" value="&lt;font style=&quot;&quot;&gt;Run Tag =&amp;nbsp;&lt;/font&gt;&lt;b style=&quot;text-align: left;&quot;&gt;x.x.x_bxxx-Rx-Jira-xxxx&lt;/b&gt;" vertex="1">
          <mxGeometry height="30" width="200" x="160" y="194" as="geometry" />
        </mxCell>
        <mxCell id="cKu8MT6L8Fp_BZaxLZj7-33" parent="1" style="text;html=1;whiteSpace=wrap;strokeColor=none;fillColor=none;align=center;verticalAlign=middle;rounded=0;fontColor=#330000;" value="&lt;font style=&quot;&quot;&gt;Run Tag =&amp;nbsp;&lt;b style=&quot;text-align: left;&quot;&gt;x.x.x_bxxx-Rx&lt;/b&gt;&lt;/font&gt;" vertex="1">
          <mxGeometry height="30" width="200" x="160" y="356" as="geometry" />
        </mxCell>
        <mxCell id="cKu8MT6L8Fp_BZaxLZj7-39" parent="1" style="text;html=1;whiteSpace=wrap;strokeColor=none;fillColor=none;align=center;verticalAlign=middle;rounded=0;" value="verifier/fermer/reopen" vertex="1">
          <mxGeometry height="30" width="60" x="1850" y="313.5" as="geometry" />
        </mxCell>
        <mxCell id="cKu8MT6L8Fp_BZaxLZj7-40" parent="1" style="text;html=1;whiteSpace=wrap;strokeColor=none;fillColor=none;align=center;verticalAlign=middle;rounded=0;" value="verifier/fermer/reopen" vertex="1">
          <mxGeometry height="30" width="60" x="1926" y="382.5" as="geometry" />
        </mxCell>
        <mxCell id="cKu8MT6L8Fp_BZaxLZj7-43" parent="1" style="text;html=1;whiteSpace=wrap;strokeColor=none;fillColor=none;align=center;verticalAlign=middle;rounded=0;fontColor=#FF3333;" value="est-ce qu&#39;on peut supprimer les donnees du meme run tag ? oui" vertex="1">
          <mxGeometry height="30" width="200" x="30" y="85" as="geometry" />
        </mxCell>
        <mxCell id="joy4J5Q9jbU-j6AZ98Qk-1" parent="1" style="text;html=1;whiteSpace=wrap;strokeColor=none;fillColor=none;align=center;verticalAlign=middle;rounded=0;" value="relance manuellement&lt;div&gt;avec JIRA number&lt;/div&gt;" vertex="1">
          <mxGeometry height="30" width="130" x="210" y="302.5" as="geometry" />
        </mxCell>
        <mxCell id="joy4J5Q9jbU-j6AZ98Qk-2" parent="1" style="text;html=1;whiteSpace=wrap;strokeColor=none;fillColor=none;align=center;verticalAlign=middle;rounded=0;" value="relance manuellement&lt;div&gt;avec JIRA number&lt;/div&gt;" vertex="1">
          <mxGeometry height="30" width="150" x="200" y="220" as="geometry" />
        </mxCell>
        <mxCell id="joy4J5Q9jbU-j6AZ98Qk-3" parent="1" style="text;html=1;whiteSpace=wrap;strokeColor=none;fillColor=none;align=center;verticalAlign=middle;rounded=0;" value="relance manuellement" vertex="1">
          <mxGeometry height="30" width="60" x="230" y="385" as="geometry" />
        </mxCell>
        <mxCell id="joy4J5Q9jbU-j6AZ98Qk-4" parent="1" style="text;html=1;whiteSpace=wrap;strokeColor=none;fillColor=none;align=center;verticalAlign=middle;rounded=0;" value="lance automatiqument" vertex="1">
          <mxGeometry height="30" width="60" x="230" y="152" as="geometry" />
        </mxCell>
        <mxCell id="rzhG1iog7SnUviydnech-2" parent="1" style="swimlane;fontStyle=0;childLayout=stackLayout;horizontal=1;startSize=26;fillColor=none;horizontalStack=0;resizeParent=1;resizeParentMax=0;resizeLast=0;collapsible=1;marginBottom=0;html=1;" value="TB_NOT_PARAM_*" vertex="1">
          <mxGeometry height="130" width="350" x="420" y="670" as="geometry" />
        </mxCell>
        <mxCell id="rzhG1iog7SnUviydnech-3" parent="rzhG1iog7SnUviydnech-2" style="text;strokeColor=none;fillColor=none;align=left;verticalAlign=top;spacingLeft=4;spacingRight=4;overflow=hidden;rotatable=0;points=[[0,0.5],[1,0.5]];portConstraint=eastwest;whiteSpace=wrap;html=1;" value="CD_PA" vertex="1">
          <mxGeometry height="26" width="350" y="26" as="geometry" />
        </mxCell>
        <mxCell id="rzhG1iog7SnUviydnech-4" parent="rzhG1iog7SnUviydnech-2" style="text;strokeColor=none;fillColor=none;align=left;verticalAlign=top;spacingLeft=4;spacingRight=4;overflow=hidden;rotatable=0;points=[[0,0.5],[1,0.5]];portConstraint=eastwest;whiteSpace=wrap;html=1;" value="DTF_PER_TRT" vertex="1">
          <mxGeometry height="26" width="350" y="52" as="geometry" />
        </mxCell>
        <mxCell id="rzhG1iog7SnUviydnech-5" parent="rzhG1iog7SnUviydnech-2" style="text;strokeColor=none;fillColor=none;align=left;verticalAlign=top;spacingLeft=4;spacingRight=4;overflow=hidden;rotatable=0;points=[[0,0.5],[1,0.5]];portConstraint=eastwest;whiteSpace=wrap;html=1;" value="DT_SYS_CRE" vertex="1">
          <mxGeometry height="26" width="350" y="78" as="geometry" />
        </mxCell>
        <mxCell id="rzhG1iog7SnUviydnech-6" parent="rzhG1iog7SnUviydnech-2" style="text;strokeColor=none;fillColor=none;align=left;verticalAlign=top;spacingLeft=4;spacingRight=4;overflow=hidden;rotatable=0;points=[[0,0.5],[1,0.5]];portConstraint=eastwest;whiteSpace=wrap;html=1;" value="RUN_TAG: 0 (defaut automatique), 2503, 2503-1" vertex="1">
          <mxGeometry height="26" width="350" y="104" as="geometry" />
        </mxCell>
        <mxCell id="rzhG1iog7SnUviydnech-9" parent="1" style="swimlane;fontStyle=0;childLayout=stackLayout;horizontal=1;startSize=26;fillColor=none;horizontalStack=0;resizeParent=1;resizeParentMax=0;resizeLast=0;collapsible=1;marginBottom=0;html=1;" value="TB_refined_*" vertex="1">
          <mxGeometry height="130" width="350" x="820" y="670" as="geometry" />
        </mxCell>
        <mxCell id="rzhG1iog7SnUviydnech-10" parent="rzhG1iog7SnUviydnech-9" style="text;strokeColor=none;fillColor=none;align=left;verticalAlign=top;spacingLeft=4;spacingRight=4;overflow=hidden;rotatable=0;points=[[0,0.5],[1,0.5]];portConstraint=eastwest;whiteSpace=wrap;html=1;" value="CD_PA" vertex="1">
          <mxGeometry height="26" width="350" y="26" as="geometry" />
        </mxCell>
        <mxCell id="rzhG1iog7SnUviydnech-11" parent="rzhG1iog7SnUviydnech-9" style="text;strokeColor=none;fillColor=none;align=left;verticalAlign=top;spacingLeft=4;spacingRight=4;overflow=hidden;rotatable=0;points=[[0,0.5],[1,0.5]];portConstraint=eastwest;whiteSpace=wrap;html=1;" value="DTF_PER_TRT" vertex="1">
          <mxGeometry height="26" width="350" y="52" as="geometry" />
        </mxCell>
        <mxCell id="rzhG1iog7SnUviydnech-12" parent="rzhG1iog7SnUviydnech-9" style="text;strokeColor=none;fillColor=none;align=left;verticalAlign=top;spacingLeft=4;spacingRight=4;overflow=hidden;rotatable=0;points=[[0,0.5],[1,0.5]];portConstraint=eastwest;whiteSpace=wrap;html=1;" value="DT_SYS_CRE" vertex="1">
          <mxGeometry height="26" width="350" y="78" as="geometry" />
        </mxCell>
        <mxCell id="rzhG1iog7SnUviydnech-13" parent="rzhG1iog7SnUviydnech-9" style="text;strokeColor=none;fillColor=none;align=left;verticalAlign=top;spacingLeft=4;spacingRight=4;overflow=hidden;rotatable=0;points=[[0,0.5],[1,0.5]];portConstraint=eastwest;whiteSpace=wrap;html=1;" value="RUN_TAG: 2503, 2503-1" vertex="1">
          <mxGeometry height="26" width="350" y="104" as="geometry" />
        </mxCell>
        <mxCell id="rzhG1iog7SnUviydnech-14" parent="1" style="text;html=1;whiteSpace=wrap;strokeColor=none;fillColor=none;align=center;verticalAlign=middle;rounded=0;" value="2503 :&amp;nbsp;&lt;div&gt;recharger le fichier&lt;/div&gt;&lt;div&gt;modif param&lt;/div&gt;" vertex="1">
          <mxGeometry height="30" width="140" x="200" y="766" as="geometry" />
        </mxCell>
        <mxCell id="rzhG1iog7SnUviydnech-15" parent="1" style="ellipse;shape=doubleEllipse;whiteSpace=wrap;html=1;fillColor=#ffe6cc;strokeColor=#d79b00;" value="Demande JIRA 2&lt;div&gt;(modification param)&lt;/div&gt;" vertex="1">
          <mxGeometry height="60" width="160" x="-850" y="346.5" as="geometry" />
        </mxCell>
+         <mxCell id="rzhG1iog7SnUviydnech-18" edge="1" parent="1" source="cKu8MT6L8Fp_BZaxLZj7-11" style="edgeStyle=none;endArrow=none;exitX=0;exitY=0;dashed=1;html=1;rounded=0;exitDx=430;exitDy=45;exitPerimeter=0;entryX=0;entryY=0.5;entryDx=0;entryDy=0;" target="rzhG1iog7SnUviydnech-15" value="">
+           <mxGeometry relative="1" x="1" as="geometry">
+             <mxPoint x="-880" y="180" as="sourcePoint" />
+             <mxPoint x="-830" y="395" as="targetPoint" />
+           </mxGeometry>
+         </mxCell>
      </root>
    </mxGraphModel>
  </diagram>
</mxfile>
